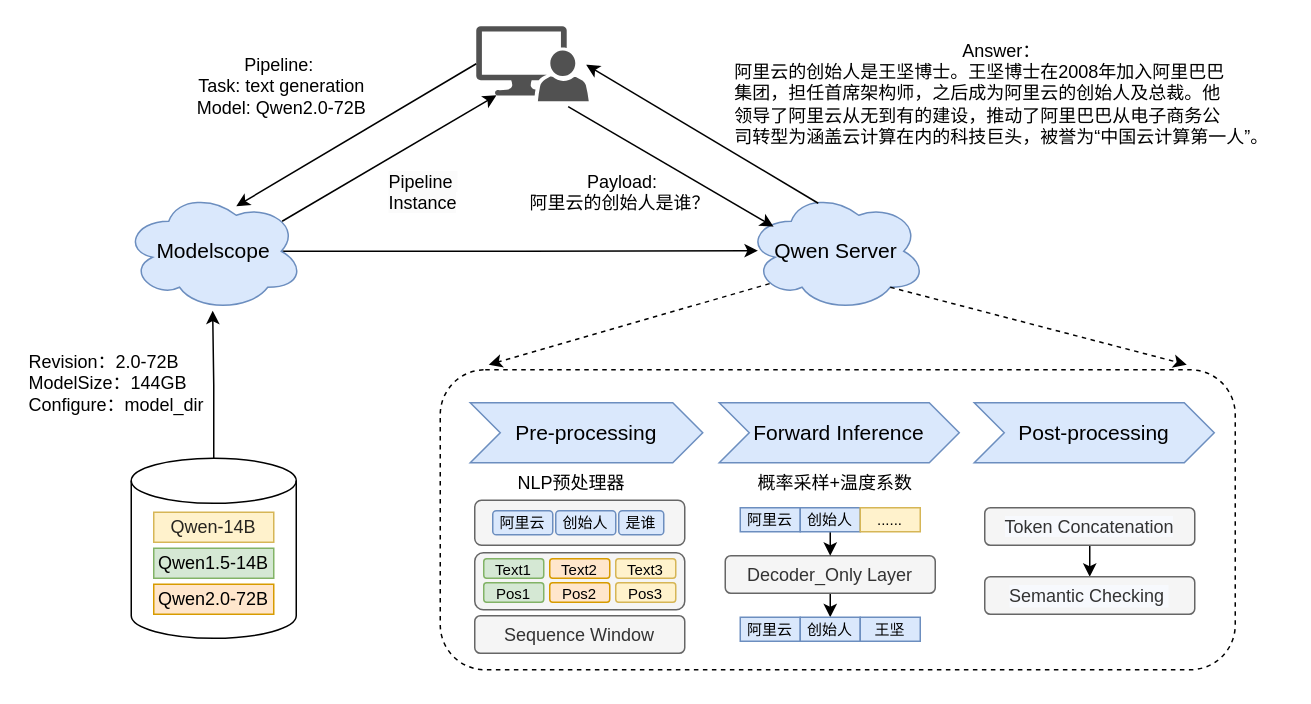
Before: 未命名绘图.drawio in zn-tos/via, a draw.io diagram. Source tidied: cells renumbered, new cells numbered last; positions are measured from the earlier drawing's top-left corner, leaving out a move shared by most shapes. Both pictures are drawn from the tidied source at 150%, with x=0, y=0 at pixel (26, 26).
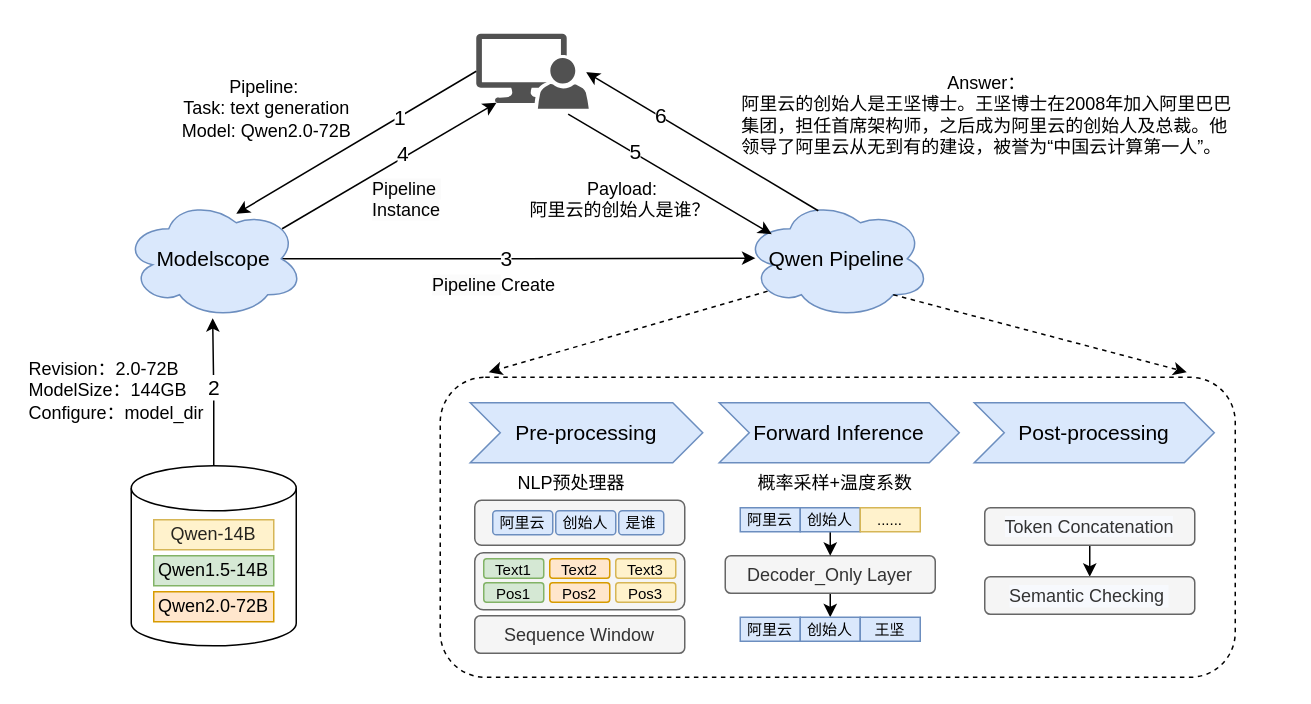
After the change.

Commit message:
更新未命名绘图4.drawio

The change refers to these unchanged cells:
```xml
<mxCell id="15" style="edgeStyle=orthogonalEdgeStyle;rounded=0;jettySize=auto;html=1;exitX=0.875;exitY=0.5;exitDx=0;exitDy=0;exitPerimeter=0;entryX=0.065;entryY=0.495;entryDx=0;entryDy=0;entryPerimeter=0;" parent="5" edge="1" source="16" target="3">
  <mxGeometry relative="1" as="geometry" />
</mxCell>
<mxCell id="19" style="rounded=0;jettySize=auto;html=1;exitX=0.817;exitY=1.073;exitDx=0;exitDy=0;exitPerimeter=0;entryX=0.152;entryY=0.295;entryDx=0;entryDy=0;entryPerimeter=0;" parent="5" edge="1" source="7" target="3">
  <mxGeometry relative="1" as="geometry" />
</mxCell>
<mxCell id="22" style="edgeStyle=orthogonalEdgeStyle;rounded=0;jettySize=auto;html=1;exitX=0.5;exitY=0;exitDx=0;exitDy=0;exitPerimeter=0;entryX=0.494;entryY=0.995;entryDx=0;entryDy=0;entryPerimeter=0;" parent="5" edge="1" source="8" target="16">
  <mxGeometry relative="1" as="geometry" />
</mxCell>
```

Change to the diagram source:
```diff
@@
-    <mxCell id="3" value="&lt;font style=&quot;font-size: 14px;&quot;&gt;Qwen Server&lt;/font&gt;" style="ellipse;shape=cloud;whiteSpace=wrap;html=1;fillColor=#dae8fc;strokeColor=#6c8ebf;" parent="1" vertex="1">
-      <mxGeometry x="480" y="110" width="120" height="80" as="geometry" />
+    <mxCell id="3" value="&lt;font style=&quot;font-size: 14px;&quot;&gt;Qwen Pipeline&lt;/font&gt;" style="ellipse;shape=cloud;whiteSpace=wrap;html=1;fillColor=#dae8fc;strokeColor=#6c8ebf;" parent="1" vertex="1">
+      <mxGeometry x="478" y="115" width="125" height="80" as="geometry" />
     </mxCell>
@@
+    <mxCell id="53" value="&lt;span style=&quot;forced-color-adjust: none; color: rgb(0, 0, 0); font-family: Helvetica; font-size: 12px; font-style: normal; font-variant-ligatures: normal; font-variant-caps: normal; font-weight: 400; letter-spacing: normal; orphans: 2; text-indent: 0px; text-transform: none; widows: 2; word-spacing: 0px; -webkit-text-stroke-width: 0px; white-space: nowrap; text-decoration-thickness: initial; text-decoration-style: initial; text-decoration-color: initial; text-align: center; background-color: rgb(251, 251, 251); float: none; display: inline !important;&quot;&gt;Pipeline&amp;nbsp;&lt;/span&gt;&lt;span style=&quot;text-wrap: nowrap; text-align: center;&quot;&gt;Create&lt;/span&gt;" style="text;whiteSpace=wrap;html=1;" parent="1" vertex="1">
+      <mxGeometry x="269" y="159" width="109.6" height="28" as="geometry" />
+    </mxCell>
@@
     <mxCell id="6" value="&lt;div&gt;&lt;br&gt;&lt;/div&gt;" style="rounded=1;whiteSpace=wrap;html=1;shadow=0;dashed=1;" parent="5" vertex="1">
-      <mxGeometry x="276" y="229" width="530" height="200" as="geometry" />
+      <mxGeometry x="276" y="234" width="530" height="200" as="geometry" />
     </mxCell>
     <mxCell id="7" style="sketch=0;shadow=0;dashed=0;html=1;strokeColor=none;labelPosition=center;verticalLabelPosition=bottom;verticalAlign=top;align=center;fillColor=#515151;shape=mxgraph.mscae.system_center.admin_console;" parent="5" vertex="1">
-      <mxGeometry x="300" width="75" height="50" as="geometry" />
+      <mxGeometry x="300" y="5" width="75" height="50" as="geometry" />
     </mxCell>
     <mxCell id="8" style="shape=cylinder3;whiteSpace=wrap;html=1;boundedLbl=1;backgroundOutline=1;size=15;" parent="5" vertex="1">
-      <mxGeometry x="70" y="288" width="110" height="120" as="geometry" />
+      <mxGeometry x="70" y="293" width="110" height="120" as="geometry" />
     </mxCell>
     <mxCell id="9" value="&lt;span style=&quot;color: rgba(0, 0, 0, 0.85); text-align: start; white-space: pre;&quot;&gt;&lt;font style=&quot;font-size: 12px;&quot; face=&quot;Helvetica&quot;&gt;Qwen-14B&lt;/font&gt;&lt;/span&gt;" style="rounded=0;whiteSpace=wrap;html=1;labelBackgroundColor=none;fillColor=#fff2cc;strokeColor=#d6b656;" parent="5" vertex="1">
-      <mxGeometry x="85" y="324" width="80" height="20" as="geometry" />
+      <mxGeometry x="85" y="329" width="80" height="20" as="geometry" />
     </mxCell>
     <mxCell id="10" value="Qwen1.5-14B" style="rounded=0;whiteSpace=wrap;html=1;fillColor=#d5e8d4;strokeColor=#82b366;" parent="5" vertex="1">
-      <mxGeometry x="85" y="348" width="80" height="20" as="geometry" />
+      <mxGeometry x="85" y="353" width="80" height="20" as="geometry" />
     </mxCell>
     <mxCell id="11" value="Qwen2.0-72B" style="rounded=0;whiteSpace=wrap;html=1;fillColor=#ffe6cc;strokeColor=#d79b00;" parent="5" vertex="1">
-      <mxGeometry x="85" y="372" width="80" height="20" as="geometry" />
+      <mxGeometry x="85" y="377" width="80" height="20" as="geometry" />
     </mxCell>
@@
+    <mxCell id="54" value="3" style="edgeLabel;html=1;align=center;verticalAlign=middle;fontSize=14;" parent="15" vertex="1">
+      <mxGeometry x="-0.08" y="1" relative="1" as="geometry">
+        <mxPoint x="3" as="offset" />
+      </mxGeometry>
+    </mxCell>
     <mxCell id="16" value="&lt;font style=&quot;font-size: 14px;&quot;&gt;Modelscope&lt;/font&gt;" style="ellipse;shape=cloud;whiteSpace=wrap;html=1;fillColor=#dae8fc;strokeColor=#6c8ebf;" parent="5" vertex="1">
-      <mxGeometry x="65" y="110" width="120" height="80" as="geometry" />
+      <mxGeometry x="65" y="115" width="120" height="80" as="geometry" />
     </mxCell>
     <mxCell id="17" style="rounded=0;jettySize=auto;html=1;exitX=0;exitY=0.5;exitDx=0;exitDy=0;exitPerimeter=0;" parent="5" edge="1" source="7">
       <mxGeometry relative="1" as="geometry">
-        <mxPoint x="140" y="120" as="targetPoint" />
+        <mxPoint x="140" y="125" as="targetPoint" />
       </mxGeometry>
     </mxCell>
+    <mxCell id="55" value="1" style="edgeLabel;html=1;align=center;verticalAlign=middle;fontSize=14;" parent="17" vertex="1">
+      <mxGeometry x="-0.35" relative="1" as="geometry" />
+    </mxCell>
-    <mxCell id="18" style="rounded=0;jettySize=auto;html=1;exitX=0.88;exitY=0.25;exitDx=0;exitDy=0;exitPerimeter=0;entryX=0.18;entryY=0.92;entryDx=0;entryDy=0;entryPerimeter=0;" parent="5" edge="1" source="16" target="7">
-      <mxGeometry relative="1" as="geometry" />
+    <mxCell id="18" value="&lt;font style=&quot;font-size: 14px;&quot;&gt;4&lt;/font&gt;" style="rounded=0;jettySize=auto;html=1;exitX=0.88;exitY=0.25;exitDx=0;exitDy=0;exitPerimeter=0;entryX=0.18;entryY=0.92;entryDx=0;entryDy=0;entryPerimeter=0;" parent="5" edge="1" source="16" target="7">
+      <mxGeometry x="0.15" y="2" relative="1" as="geometry" />
     </mxCell>
@@
+    <mxCell id="56" value="&lt;font style=&quot;font-size: 14px;&quot;&gt;5&lt;/font&gt;" style="edgeLabel;html=1;align=center;verticalAlign=middle;" parent="19" vertex="1">
+      <mxGeometry x="-0.35" y="1" relative="1" as="geometry" />
+    </mxCell>
     <mxCell id="20" style="rounded=0;jettySize=auto;html=1;exitX=0.4;exitY=0.1;exitDx=0;exitDy=0;exitPerimeter=0;entryX=0.977;entryY=0.513;entryDx=0;entryDy=0;entryPerimeter=0;" parent="5" edge="1" target="7">
       <mxGeometry relative="1" as="geometry">
-        <mxPoint x="528" y="118" as="sourcePoint" />
+        <mxPoint x="528" y="123" as="sourcePoint" />
       </mxGeometry>
     </mxCell>
+    <mxCell id="57" value="&lt;font style=&quot;font-size: 14px;&quot;&gt;6&lt;/font&gt;" style="edgeLabel;html=1;align=center;verticalAlign=middle;" parent="20" vertex="1">
+      <mxGeometry x="0.36" y="-1" relative="1" as="geometry" />
+    </mxCell>
     <mxCell id="21" value="Pipeline:&amp;nbsp;&lt;div&gt;Task:&amp;nbsp;text generation&lt;/div&gt;&lt;div&gt;Model: Qwen2.0-72B&lt;/div&gt;" style="text;html=1;align=center;verticalAlign=middle;strokeColor=none;fillColor=none;" parent="5" vertex="1">
-      <mxGeometry x="100" y="10" width="140" height="60" as="geometry" />
+      <mxGeometry x="90" y="25" width="140" height="60" as="geometry" />
     </mxCell>
@@
+    <mxCell id="58" value="2" style="edgeLabel;html=1;align=center;verticalAlign=middle;fontSize=14;" parent="22" vertex="1">
+      <mxGeometry x="0.59" relative="1" as="geometry">
+        <mxPoint y="26" as="offset" />
+      </mxGeometry>
+    </mxCell>
     <mxCell id="23" value="&lt;span style=&quot;color: rgb(0, 0, 0); font-family: Helvetica; font-size: 12px; font-style: normal; font-variant-ligatures: normal; font-variant-caps: normal; font-weight: 400; letter-spacing: normal; orphans: 2; text-align: center; text-indent: 0px; text-transform: none; widows: 2; word-spacing: 0px; -webkit-text-stroke-width: 0px; white-space: nowrap; background-color: rgb(251, 251, 251); text-decoration-thickness: initial; text-decoration-style: initial; text-decoration-color: initial; display: inline !important; float: none;&quot;&gt;Pipeline&amp;nbsp;&lt;/span&gt;&lt;div&gt;&lt;span style=&quot;color: rgb(0, 0, 0); font-family: Helvetica; font-size: 12px; font-style: normal; font-variant-ligatures: normal; font-variant-caps: normal; font-weight: 400; letter-spacing: normal; orphans: 2; text-align: center; text-indent: 0px; text-transform: none; widows: 2; word-spacing: 0px; -webkit-text-stroke-width: 0px; white-space: nowrap; background-color: rgb(251, 251, 251); text-decoration-thickness: initial; text-decoration-style: initial; text-decoration-color: initial; display: inline !important; float: none;&quot;&gt;Instance&lt;/span&gt;&lt;/div&gt;" style="text;whiteSpace=wrap;html=1;" parent="5" vertex="1">
-      <mxGeometry x="240" y="90" width="80" height="40" as="geometry" />
+      <mxGeometry x="229" y="95" width="80" height="40" as="geometry" />
     </mxCell>
     <mxCell id="24" value="&lt;div style=&quot;text-align: center;&quot;&gt;&lt;span style=&quot;background-color: initial; text-wrap: nowrap;&quot;&gt;Payload:&lt;/span&gt;&lt;/div&gt;&lt;div style=&quot;text-align: justify;&quot;&gt;&lt;span style=&quot;background-color: initial; text-wrap: nowrap;&quot;&gt;阿里云的创始人是谁？&amp;nbsp;&lt;/span&gt;&lt;/div&gt;&lt;div style=&quot;text-align: center;&quot;&gt;&lt;span style=&quot;background-color: initial; text-wrap: nowrap;&quot;&gt;&lt;br&gt;&lt;/span&gt;&lt;/div&gt;" style="text;whiteSpace=wrap;html=1;" parent="5" vertex="1">
-      <mxGeometry x="334" y="90" width="80" height="50" as="geometry" />
+      <mxGeometry x="334" y="95" width="80" height="50" as="geometry" />
     </mxCell>
-    <mxCell id="25" value="&lt;div style=&quot;&quot;&gt;&lt;span style=&quot;background-color: initial;&quot;&gt;Answer：&lt;/span&gt;&lt;/div&gt;&lt;div style=&quot;text-align: justify;&quot;&gt;&lt;span style=&quot;background-color: initial;&quot;&gt;阿里云的创始人是王坚博士。&lt;/span&gt;&lt;span style=&quot;background-color: initial;&quot;&gt;王坚博士在2008年加入&lt;/span&gt;&lt;span style=&quot;background-color: initial;&quot;&gt;阿里巴巴&lt;/span&gt;&lt;/div&gt;&lt;div style=&quot;text-align: justify;&quot;&gt;&lt;span style=&quot;background-color: initial;&quot;&gt;集团&lt;/span&gt;&lt;span style=&quot;background-color: initial;&quot;&gt;，&lt;/span&gt;&lt;span style=&quot;background-color: initial;&quot;&gt;担任首席架构师，之后成为阿里云的创始人及总&lt;/span&gt;&lt;span style=&quot;background-color: initial;&quot;&gt;裁。他&lt;/span&gt;&lt;/div&gt;&lt;div style=&quot;text-align: justify;&quot;&gt;&lt;span style=&quot;background-color: initial;&quot;&gt;领导了阿里云从无到有&lt;/span&gt;&lt;span style=&quot;background-color: initial;&quot;&gt;的建设&lt;/span&gt;&lt;span style=&quot;background-color: initial;&quot;&gt;，推动了阿里巴巴从电子商&lt;/span&gt;&lt;span style=&quot;background-color: initial;&quot;&gt;务公&lt;/span&gt;&lt;/div&gt;&lt;div style=&quot;text-align: justify;&quot;&gt;&lt;span style=&quot;background-color: initial;&quot;&gt;司转型为涵盖云计算在内的科技巨头，&lt;/span&gt;&lt;span style=&quot;background-color: initial;&quot;&gt;被誉为“中国云计算第一人”。&lt;/span&gt;&lt;/div&gt;" style="text;html=1;align=center;verticalAlign=middle;strokeColor=none;fillColor=none;" parent="5" vertex="1">
-      <mxGeometry x="460" width="380" height="90" as="geometry" />
+    <mxCell id="25" value="&lt;div style=&quot;&quot;&gt;&lt;span style=&quot;background-color: initial;&quot;&gt;Answer：&lt;/span&gt;&lt;/div&gt;&lt;div style=&quot;text-align: justify;&quot;&gt;&lt;span style=&quot;background-color: initial;&quot;&gt;阿里云的创始人是王坚博士。&lt;/span&gt;&lt;span style=&quot;background-color: initial;&quot;&gt;王坚博士在2008年加入&lt;/span&gt;&lt;span style=&quot;background-color: initial;&quot;&gt;阿里巴巴&lt;/span&gt;&lt;/div&gt;&lt;div style=&quot;text-align: justify;&quot;&gt;&lt;span style=&quot;background-color: initial;&quot;&gt;集团&lt;/span&gt;&lt;span style=&quot;background-color: initial;&quot;&gt;，&lt;/span&gt;&lt;span style=&quot;background-color: initial;&quot;&gt;担任首席架构师，之后成为阿里云的创始人及总&lt;/span&gt;&lt;span style=&quot;background-color: initial;&quot;&gt;裁。他&lt;/span&gt;&lt;/div&gt;&lt;div style=&quot;text-align: justify;&quot;&gt;&lt;span style=&quot;background-color: initial;&quot;&gt;领导了阿里云从无到有&lt;/span&gt;&lt;span style=&quot;background-color: initial;&quot;&gt;的建设&lt;/span&gt;&lt;span style=&quot;background-color: initial;&quot;&gt;，&lt;/span&gt;&lt;span style=&quot;background-color: initial;&quot;&gt;被誉为“中国云计算第一人”。&lt;/span&gt;&lt;/div&gt;" style="text;html=1;align=center;verticalAlign=middle;strokeColor=none;fillColor=none;" parent="5" vertex="1">
+      <mxGeometry x="467" y="24" width="345" height="70" as="geometry" />
     </mxCell>
     <mxCell id="26" value="&lt;div style=&quot;text-align: justify;&quot;&gt;&lt;span style=&quot;background-color: initial; text-wrap: nowrap;&quot;&gt;Revision：2.0-72B&lt;/span&gt;&lt;/div&gt;&lt;div style=&quot;text-align: justify;&quot;&gt;&lt;span style=&quot;background-color: initial; text-wrap: nowrap;&quot;&gt;ModelSize：144GB&lt;/span&gt;&lt;/div&gt;&lt;div style=&quot;text-align: justify;&quot;&gt;&lt;span style=&quot;background-color: initial; text-wrap: nowrap;&quot;&gt;Configure：model_dir&lt;/span&gt;&lt;/div&gt;" style="text;whiteSpace=wrap;html=1;" parent="5" vertex="1">
-      <mxGeometry y="210" width="150" height="70" as="geometry" />
+      <mxGeometry y="215" width="119" height="70" as="geometry" />
     </mxCell>
```
